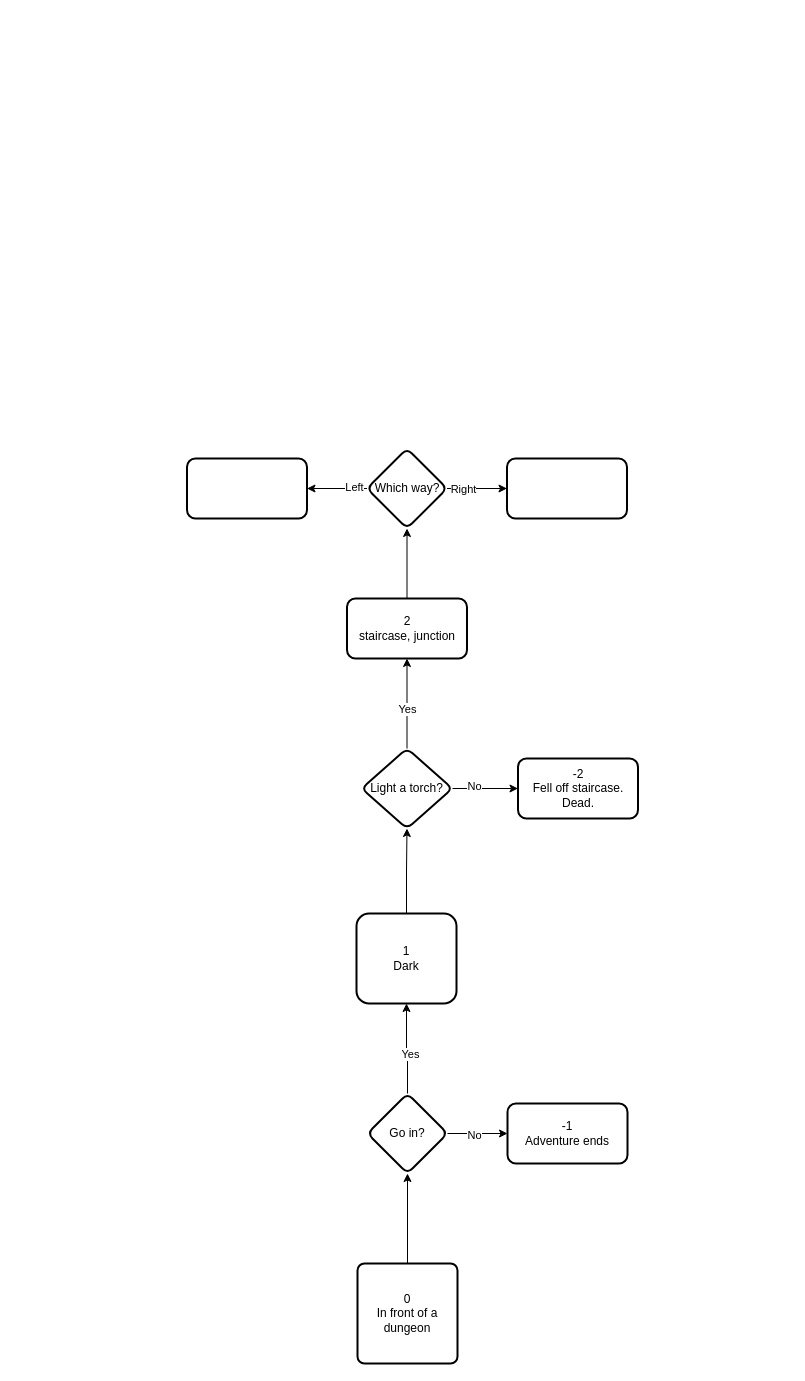
Earlier version of the draw.io diagram page "dungeon flow" (2 of 2) of docs/adventure_engine.drawio (iviczl/adventure). Source tidied: cells renumbered, new cells numbered last; positions are measured from the earlier drawing's top-left corner, leaving out a move shared by most shapes. Both pictures are drawn from the tidied source at 100%, with x=0, y=0 at pixel (187, 448).
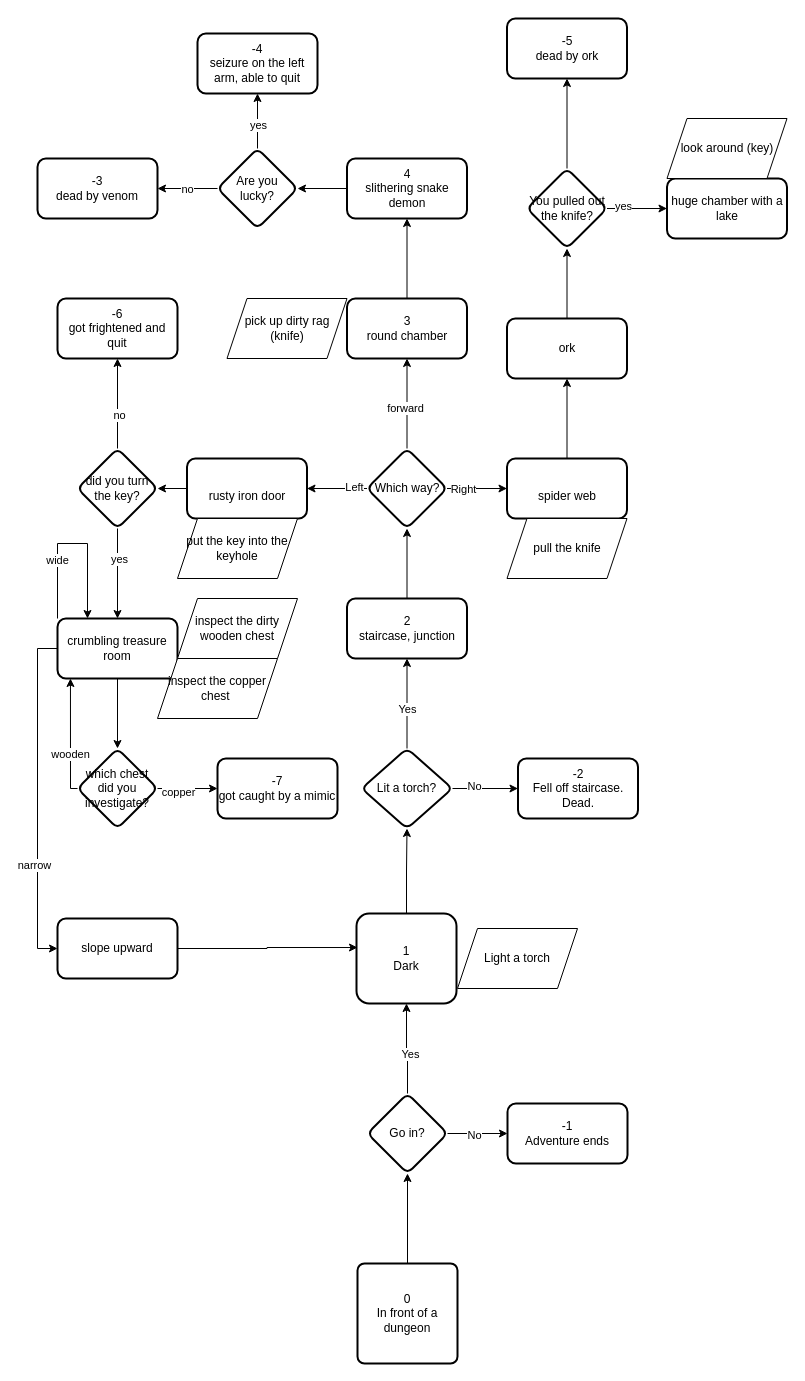
Above is the later version.

Commit message (it also covers changes not shown here):
home page style fix, dungeon adventure plan

The change refers to these unchanged cells:
```xml
<mxCell id="11" value="1&lt;br&gt;Dark" style="whiteSpace=wrap;html=1;rounded=1;arcSize=14;strokeWidth=2;" parent="1" vertex="1">
  <mxGeometry x="169" y="465" width="100" height="90" as="geometry" />
</mxCell>
<mxCell id="24" value="Which way?" style="rhombus;whiteSpace=wrap;html=1;rounded=1;arcSize=14;strokeWidth=2;" parent="1" vertex="1">
  <mxGeometry x="179.5" width="80" height="80" as="geometry" />
</mxCell>
```

Change to the diagram source:
```diff
@@
-    <mxCell id="16" value="Light a torch?" style="rhombus;whiteSpace=wrap;html=1;rounded=1;arcSize=14;strokeWidth=2;" parent="1" vertex="1">
+    <mxCell id="16" value="Lit a torch?" style="rhombus;whiteSpace=wrap;html=1;rounded=1;arcSize=14;strokeWidth=2;" parent="1" vertex="1">
       <mxGeometry x="174" y="300" width="91" height="80" as="geometry" />
     </mxCell>
@@
+    <mxCell id="27" style="edgeStyle=orthogonalEdgeStyle;rounded=0;jettySize=auto;html=1;" parent="1" edge="1" source="24" target="36">
+      <mxGeometry relative="1" as="geometry" />
+    </mxCell>
+    <mxCell id="28" value="forward" style="edgeLabel;html=1;align=center;verticalAlign=middle;" parent="27" vertex="1">
+      <mxGeometry x="-0.09" y="3" relative="1" as="geometry">
+        <mxPoint x="1" as="offset" />
+      </mxGeometry>
+    </mxCell>
@@
+    <mxCell id="29" style="edgeStyle=orthogonalEdgeStyle;rounded=0;jettySize=auto;html=1;" parent="1" edge="1" source="25" target="33">
+      <mxGeometry relative="1" as="geometry" />
+    </mxCell>
-    <mxCell id="25" style="whiteSpace=wrap;html=1;rounded=1;arcSize=14;strokeWidth=2;" parent="1" vertex="1">
+    <mxCell id="25" value="&lt;br&gt;spider web" style="whiteSpace=wrap;html=1;rounded=1;arcSize=14;strokeWidth=2;" parent="1" vertex="1">
       <mxGeometry x="319.5" y="10" width="120" height="60" as="geometry" />
     </mxCell>
+    <mxCell id="30" style="edgeStyle=orthogonalEdgeStyle;rounded=0;jettySize=auto;html=1;" parent="1" edge="1" source="26" target="55">
+      <mxGeometry relative="1" as="geometry" />
+    </mxCell>
-    <mxCell id="26" style="whiteSpace=wrap;html=1;rounded=1;arcSize=14;strokeWidth=2;" parent="1" vertex="1">
+    <mxCell id="26" value="&lt;br&gt;rusty iron door" style="whiteSpace=wrap;html=1;rounded=1;arcSize=14;strokeWidth=2;" parent="1" vertex="1">
       <mxGeometry x="-0.5" y="10" width="120" height="60" as="geometry" />
     </mxCell>
+    <mxCell id="31" value="Light a torch" style="shape=parallelogram;perimeter=parallelogramPerimeter;whiteSpace=wrap;html=1;fixedSize=1;" parent="1" vertex="1">
+      <mxGeometry x="270" y="480" width="120" height="60" as="geometry" />
+    </mxCell>
+    <mxCell id="32" style="edgeStyle=orthogonalEdgeStyle;rounded=0;jettySize=auto;html=1;" parent="1" edge="1" source="33" target="49">
+      <mxGeometry relative="1" as="geometry" />
+    </mxCell>
+    <mxCell id="33" value="ork" style="whiteSpace=wrap;html=1;rounded=1;arcSize=14;strokeWidth=2;" parent="1" vertex="1">
+      <mxGeometry x="319.5" y="-130" width="120" height="60" as="geometry" />
+    </mxCell>
+    <mxCell id="34" value="pick up dirty rag (knife)" style="shape=parallelogram;perimeter=parallelogramPerimeter;whiteSpace=wrap;html=1;fixedSize=1;" parent="1" vertex="1">
+      <mxGeometry x="39.5" y="-150" width="120" height="60" as="geometry" />
+    </mxCell>
+    <mxCell id="35" style="edgeStyle=orthogonalEdgeStyle;rounded=0;jettySize=auto;html=1;" parent="1" edge="1" source="36" target="38">
+      <mxGeometry relative="1" as="geometry" />
+    </mxCell>
+    <mxCell id="36" value="3&lt;br&gt;round chamber" style="whiteSpace=wrap;html=1;rounded=1;arcSize=14;strokeWidth=2;" parent="1" vertex="1">
+      <mxGeometry x="159.5" y="-150" width="120" height="60" as="geometry" />
+    </mxCell>
+    <mxCell id="37" style="edgeStyle=orthogonalEdgeStyle;rounded=0;jettySize=auto;html=1;" parent="1" edge="1" source="38" target="43">
+      <mxGeometry relative="1" as="geometry" />
+    </mxCell>
+    <mxCell id="38" value="4&lt;br&gt;slithering snake demon" style="whiteSpace=wrap;html=1;rounded=1;arcSize=14;strokeWidth=2;" parent="1" vertex="1">
+      <mxGeometry x="159.5" y="-290" width="120" height="60" as="geometry" />
+    </mxCell>
+    <mxCell id="39" style="edgeStyle=orthogonalEdgeStyle;rounded=0;jettySize=auto;html=1;" parent="1" edge="1" source="43" target="44">
+      <mxGeometry relative="1" as="geometry" />
+    </mxCell>
+    <mxCell id="40" value="yes" style="edgeLabel;html=1;align=center;verticalAlign=middle;" parent="39" vertex="1">
+      <mxGeometry x="-0.13" relative="1" as="geometry" />
+    </mxCell>
+    <mxCell id="41" style="edgeStyle=orthogonalEdgeStyle;rounded=0;jettySize=auto;html=1;" parent="1" edge="1" source="43" target="45">
+      <mxGeometry relative="1" as="geometry" />
+    </mxCell>
+    <mxCell id="42" value="no" style="edgeLabel;html=1;align=center;verticalAlign=middle;" parent="41" vertex="1">
+      <mxGeometry x="0.03" relative="1" as="geometry" />
+    </mxCell>
+    <mxCell id="43" value="Are you lucky?" style="rhombus;whiteSpace=wrap;html=1;rounded=1;arcSize=14;strokeWidth=2;" parent="1" vertex="1">
+      <mxGeometry x="30" y="-300" width="80" height="80" as="geometry" />
+    </mxCell>
+    <mxCell id="44" value="-4&lt;br&gt;seizure on the left arm, able to quit" style="whiteSpace=wrap;html=1;rounded=1;arcSize=14;strokeWidth=2;" parent="1" vertex="1">
+      <mxGeometry x="10" y="-415" width="120" height="60" as="geometry" />
+    </mxCell>
+    <mxCell id="45" value="-3&lt;br&gt;dead by venom" style="whiteSpace=wrap;html=1;rounded=1;arcSize=14;strokeWidth=2;" parent="1" vertex="1">
+      <mxGeometry x="-150" y="-290" width="120" height="60" as="geometry" />
+    </mxCell>
+    <mxCell id="46" style="edgeStyle=orthogonalEdgeStyle;rounded=0;jettySize=auto;html=1;" parent="1" edge="1" source="49" target="56">
+      <mxGeometry relative="1" as="geometry" />
+    </mxCell>
+    <mxCell id="47" value="yes" style="edgeLabel;html=1;align=center;verticalAlign=middle;" parent="46" vertex="1">
+      <mxGeometry x="-0.48" y="3" relative="1" as="geometry" />
+    </mxCell>
+    <mxCell id="48" style="edgeStyle=orthogonalEdgeStyle;rounded=0;jettySize=auto;html=1;" parent="1" edge="1" source="49" target="57">
+      <mxGeometry relative="1" as="geometry" />
+    </mxCell>
+    <mxCell id="49" value="You pulled out the knife?" style="rhombus;whiteSpace=wrap;html=1;rounded=1;arcSize=14;strokeWidth=2;" parent="1" vertex="1">
+      <mxGeometry x="339.5" y="-280" width="80" height="80" as="geometry" />
+    </mxCell>
+    <mxCell id="50" value="pull the knife" style="shape=parallelogram;perimeter=parallelogramPerimeter;whiteSpace=wrap;html=1;fixedSize=1;" parent="1" vertex="1">
+      <mxGeometry x="319.5" y="70" width="120" height="60" as="geometry" />
+    </mxCell>
+    <mxCell id="51" style="edgeStyle=orthogonalEdgeStyle;rounded=0;jettySize=auto;html=1;" parent="1" edge="1" source="55" target="60">
+      <mxGeometry relative="1" as="geometry" />
+    </mxCell>
+    <mxCell id="52" value="no" style="edgeLabel;html=1;align=center;verticalAlign=middle;" parent="51" vertex="1">
+      <mxGeometry x="-0.24" y="-1" relative="1" as="geometry" />
+    </mxCell>
+    <mxCell id="53" style="edgeStyle=orthogonalEdgeStyle;rounded=0;jettySize=auto;html=1;" parent="1" edge="1" source="55" target="66">
+      <mxGeometry relative="1" as="geometry" />
+    </mxCell>
+    <mxCell id="54" value="yes" style="edgeLabel;html=1;align=center;verticalAlign=middle;" parent="53" vertex="1">
+      <mxGeometry x="-0.33" y="1" relative="1" as="geometry" />
+    </mxCell>
+    <mxCell id="55" value="did you turn the key?" style="rhombus;whiteSpace=wrap;html=1;rounded=1;arcSize=14;strokeWidth=2;" parent="1" vertex="1">
+      <mxGeometry x="-110" width="80" height="80" as="geometry" />
+    </mxCell>
+    <mxCell id="56" value="huge chamber with a lake" style="whiteSpace=wrap;html=1;rounded=1;arcSize=14;strokeWidth=2;" parent="1" vertex="1">
+      <mxGeometry x="479.5" y="-270" width="120" height="60" as="geometry" />
+    </mxCell>
+    <mxCell id="57" value="-5&lt;div&gt;dead by ork&lt;/div&gt;" style="whiteSpace=wrap;html=1;rounded=1;arcSize=14;strokeWidth=2;" parent="1" vertex="1">
+      <mxGeometry x="319.5" y="-430" width="120" height="60" as="geometry" />
+    </mxCell>
+    <mxCell id="58" value="look around (key)" style="shape=parallelogram;perimeter=parallelogramPerimeter;whiteSpace=wrap;html=1;fixedSize=1;" parent="1" vertex="1">
+      <mxGeometry x="479.5" y="-330" width="120" height="60" as="geometry" />
+    </mxCell>
+    <mxCell id="59" value="put the key into the keyhole" style="shape=parallelogram;perimeter=parallelogramPerimeter;whiteSpace=wrap;html=1;fixedSize=1;" parent="1" vertex="1">
+      <mxGeometry x="-10" y="70" width="120" height="60" as="geometry" />
+    </mxCell>
+    <mxCell id="60" value="-6&lt;br&gt;got frightened and quit" style="whiteSpace=wrap;html=1;rounded=1;arcSize=14;strokeWidth=2;" parent="1" vertex="1">
+      <mxGeometry x="-130" y="-150" width="120" height="60" as="geometry" />
+    </mxCell>
+    <mxCell id="61" style="edgeStyle=orthogonalEdgeStyle;rounded=0;jettySize=auto;html=1;" parent="1" edge="1" source="66" target="71">
+      <mxGeometry relative="1" as="geometry" />
+    </mxCell>
+    <mxCell id="62" style="edgeStyle=orthogonalEdgeStyle;rounded=0;jettySize=auto;html=1;entryX=0;entryY=0.5;entryDx=0;entryDy=0;exitX=0;exitY=0.5;exitDx=0;exitDy=0;" parent="1" edge="1" source="66" target="74">
+      <mxGeometry relative="1" as="geometry" />
+    </mxCell>
+    <mxCell id="63" value="narrow" style="edgeLabel;html=1;align=center;verticalAlign=middle;" parent="62" vertex="1">
+      <mxGeometry x="0.39" y="-4" relative="1" as="geometry" />
+    </mxCell>
+    <mxCell id="64" style="edgeStyle=orthogonalEdgeStyle;rounded=0;orthogonalLoop=1;jettySize=auto;html=1;exitX=0;exitY=0;exitDx=0;exitDy=0;entryX=0.25;entryY=0;entryDx=0;entryDy=0;" parent="1" edge="1" source="66" target="66">
+      <mxGeometry relative="1" as="geometry">
+        <Array as="points">
+          <mxPoint x="-130" y="95" />
+          <mxPoint x="-100" y="95" />
+        </Array>
+      </mxGeometry>
+    </mxCell>
+    <mxCell id="65" value="wide" style="edgeLabel;html=1;align=center;verticalAlign=middle;" parent="64" vertex="1">
+      <mxGeometry x="-0.34" y="1" relative="1" as="geometry" />
+    </mxCell>
+    <mxCell id="66" value="crumbling treasure room" style="whiteSpace=wrap;html=1;rounded=1;arcSize=14;strokeWidth=2;" parent="1" vertex="1">
+      <mxGeometry x="-130" y="170" width="120" height="60" as="geometry" />
+    </mxCell>
+    <mxCell id="67" style="edgeStyle=orthogonalEdgeStyle;rounded=0;jettySize=auto;html=1;" parent="1" edge="1" source="71" target="72">
+      <mxGeometry relative="1" as="geometry" />
+    </mxCell>
+    <mxCell id="68" value="copper" style="edgeLabel;html=1;align=center;verticalAlign=middle;" parent="67" vertex="1">
+      <mxGeometry x="-0.33" y="-3" relative="1" as="geometry" />
+    </mxCell>
+    <mxCell id="69" style="edgeStyle=orthogonalEdgeStyle;rounded=0;jettySize=auto;html=1;entryX=0.108;entryY=1;entryDx=0;entryDy=0;entryPerimeter=0;" parent="1" edge="1" source="71" target="66">
+      <mxGeometry relative="1" as="geometry">
+        <Array as="points">
+          <mxPoint x="-117" y="340" />
+        </Array>
+      </mxGeometry>
+    </mxCell>
+    <mxCell id="70" value="wooden" style="edgeLabel;html=1;align=center;verticalAlign=middle;" parent="69" vertex="1">
+      <mxGeometry x="-0.29" relative="1" as="geometry" />
+    </mxCell>
+    <mxCell id="71" value="which chest did you investigate?" style="rhombus;whiteSpace=wrap;html=1;rounded=1;arcSize=14;strokeWidth=2;" parent="1" vertex="1">
+      <mxGeometry x="-110" y="300" width="80" height="80" as="geometry" />
+    </mxCell>
+    <mxCell id="72" value="-7&lt;br&gt;got caught by a mimic" style="whiteSpace=wrap;html=1;rounded=1;arcSize=14;strokeWidth=2;" parent="1" vertex="1">
+      <mxGeometry x="30" y="310" width="120" height="60" as="geometry" />
+    </mxCell>
+    <mxCell id="73" style="edgeStyle=orthogonalEdgeStyle;rounded=0;jettySize=auto;html=1;entryX=0.01;entryY=0.378;entryDx=0;entryDy=0;entryPerimeter=0;" parent="1" edge="1" source="74" target="11">
+      <mxGeometry relative="1" as="geometry" />
+    </mxCell>
+    <mxCell id="74" value="slope upward" style="whiteSpace=wrap;html=1;rounded=1;arcSize=14;strokeWidth=2;" parent="1" vertex="1">
+      <mxGeometry x="-130" y="470" width="120" height="60" as="geometry" />
+    </mxCell>
+    <mxCell id="75" value="inspect the copper chest&amp;nbsp;" style="shape=parallelogram;perimeter=parallelogramPerimeter;whiteSpace=wrap;html=1;fixedSize=1;" parent="1" vertex="1">
+      <mxGeometry x="-30" y="210" width="120" height="60" as="geometry" />
+    </mxCell>
+    <mxCell id="76" value="inspect the dirty wooden chest" style="shape=parallelogram;perimeter=parallelogramPerimeter;whiteSpace=wrap;html=1;fixedSize=1;" parent="1" vertex="1">
+      <mxGeometry x="-10" y="150" width="120" height="60" as="geometry" />
+    </mxCell>
```
